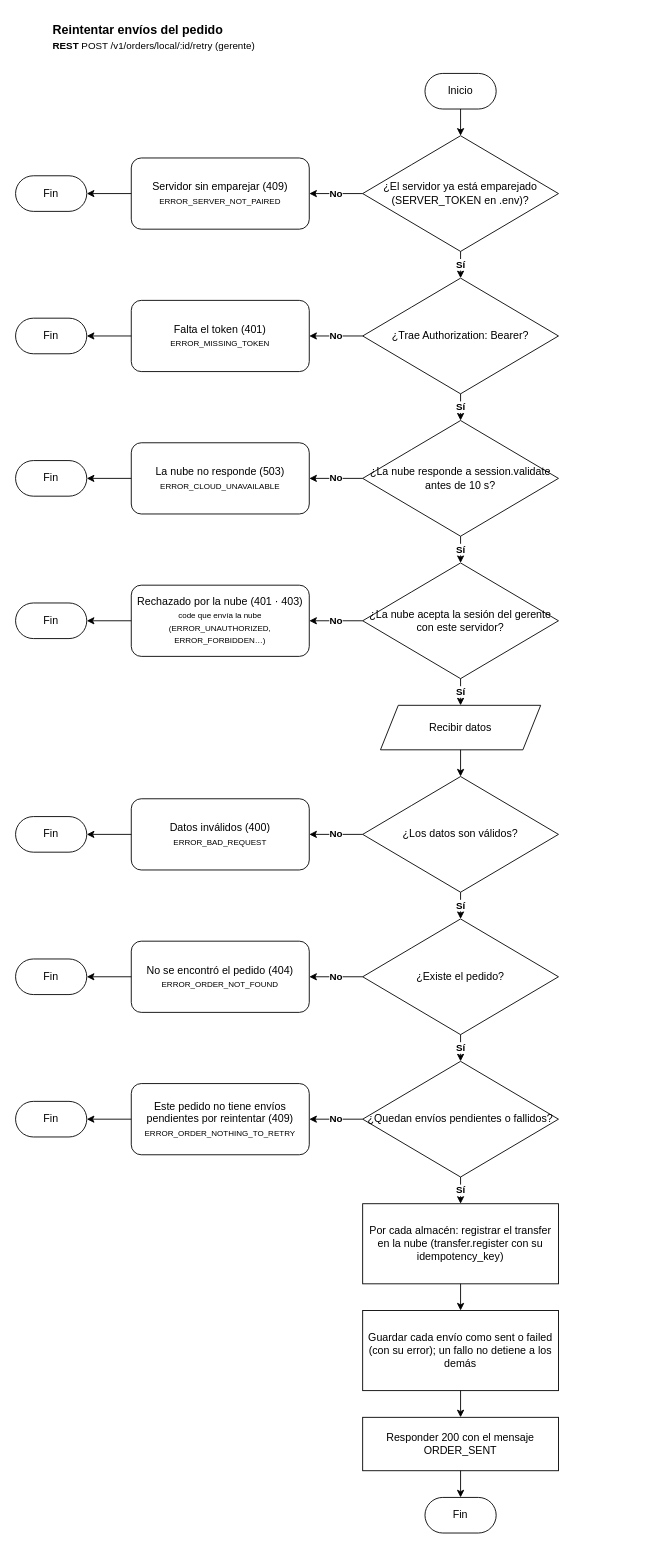
Andry510/miyabi-restaurant-server keeps this draw.io diagram as documents/diagrams/workflows/order/local/retry.drawio. Above is the earlier version. Source tidied: cells renumbered, new cells numbered last; positions are measured from the earlier drawing's top-left corner, leaving out a move shared by most shapes. Both pictures are drawn from the tidied source at 89%, with x=0, y=0 at pixel (15, 15).
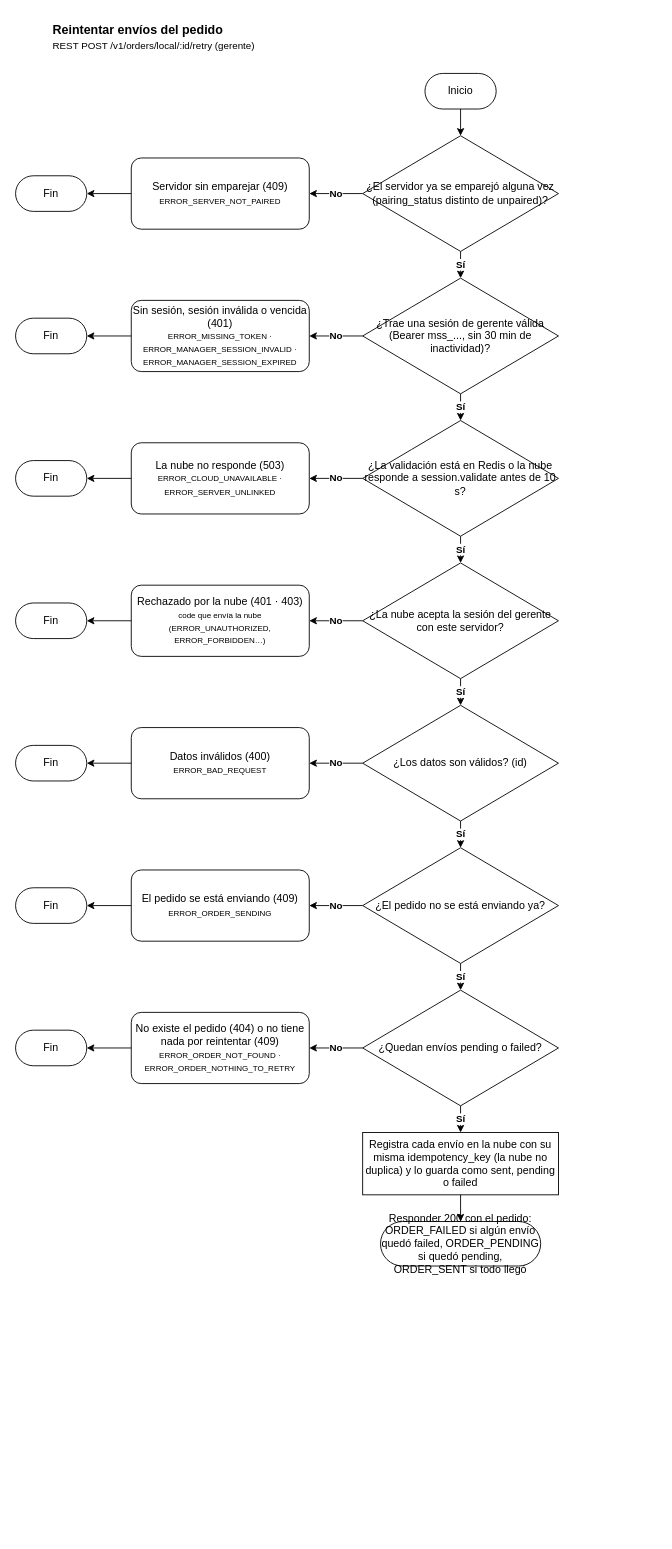
The same page after the edit.

The change refers to these unchanged cells:
```xml
<mxCell id="6" value="Servidor sin emparejar (409)&lt;br&gt;&lt;font style=&quot;font-size: 9px;&quot;&gt;ERROR_SERVER_NOT_PAIRED&lt;/font&gt;" style="rounded=1;whiteSpace=wrap;html=1;arcSize=14;" parent="1" vertex="1">
  <mxGeometry x="130" y="160" width="200" height="80" as="geometry" />
</mxCell>
<mxCell id="7" value="Fin" style="rounded=1;whiteSpace=wrap;html=1;arcSize=50;" parent="1" vertex="1">
  <mxGeometry y="180" width="80" height="40" as="geometry" />
</mxCell>
<mxCell id="13" value="Fin" style="rounded=1;whiteSpace=wrap;html=1;arcSize=50;" parent="1" vertex="1">
  <mxGeometry y="340" width="80" height="40" as="geometry" />
</mxCell>
<mxCell id="19" value="Fin" style="rounded=1;whiteSpace=wrap;html=1;arcSize=50;" parent="1" vertex="1">
  <mxGeometry y="500" width="80" height="40" as="geometry" />
</mxCell>
<mxCell id="24" value="Rechazado por la nube (401 · 403)&lt;br&gt;&lt;font style=&quot;font-size: 9px;&quot;&gt;code que envía la nube (ERROR_UNAUTHORIZED, ERROR_FORBIDDEN…)&lt;/font&gt;" style="rounded=1;whiteSpace=wrap;html=1;arcSize=14;" parent="1" vertex="1">
  <mxGeometry x="130" y="640" width="200" height="80" as="geometry" />
</mxCell>
<mxCell id="25" value="Fin" style="rounded=1;whiteSpace=wrap;html=1;arcSize=50;" parent="1" vertex="1">
  <mxGeometry y="660" width="80" height="40" as="geometry" />
</mxCell>
```

The edit, as a diff of the source:
```diff
@@
-    <mxCell id="2" value="Reintentar envíos del pedido&lt;br&gt;&lt;span style=&quot;font-size: 11px; font-weight: normal;&quot;&gt;&lt;b&gt;REST&lt;/b&gt; POST /v1/orders/local/:id/retry (gerente)&lt;/span&gt;" style="text;html=1;align=left;verticalAlign=middle;fontStyle=1;fontSize=14;" parent="1" vertex="1">
-      <mxGeometry x="40" width="640" height="48" as="geometry" />
+    <mxCell id="2" value="Reintentar envíos del pedido&lt;br&gt;&lt;span style=&quot;font-size: 11px; font-weight: normal;&quot;&gt;REST POST /v1/orders/local/:id/retry (gerente)&lt;/span&gt;" style="text;html=1;align=left;verticalAlign=middle;fontStyle=1;fontSize=14;" parent="1" vertex="1">
+      <mxGeometry x="40" width="680" height="48" as="geometry" />
     </mxCell>
@@
-    <mxCell id="4" value="¿El servidor ya está emparejado (SERVER_TOKEN en .env)?" style="rhombus;whiteSpace=wrap;html=1;rounded=1;arcSize=0;" parent="1" vertex="1">
+    <mxCell id="4" value="¿El servidor ya se emparejó alguna vez (pairing_status distinto de unpaired)?" style="rhombus;whiteSpace=wrap;html=1;rounded=1;arcSize=0;" parent="1" vertex="1">
       <mxGeometry x="390" y="135" width="220" height="130" as="geometry" />
     </mxCell>
@@
-    <mxCell id="9" style="edgeStyle=orthogonalEdgeStyle;rounded=0;html=1;fontStyle=1;" parent="1" edge="1" source="6" target="7">
+    <mxCell id="9" style="edgeStyle=orthogonalEdgeStyle;rounded=0;html=1;" parent="1" edge="1" source="6" target="7">
       <mxGeometry relative="1" as="geometry" />
     </mxCell>
-    <mxCell id="10" value="¿Trae Authorization: Bearer?" style="rhombus;whiteSpace=wrap;html=1;rounded=1;arcSize=0;" parent="1" vertex="1">
+    <mxCell id="10" value="¿Trae una sesión de gerente válida (Bearer mss_..., sin 30 min de inactividad)?" style="rhombus;whiteSpace=wrap;html=1;rounded=1;arcSize=0;" parent="1" vertex="1">
       <mxGeometry x="390" y="295" width="220" height="130" as="geometry" />
     </mxCell>
@@
-    <mxCell id="12" value="Falta el token (401)&lt;br&gt;&lt;font style=&quot;font-size: 9px;&quot;&gt;ERROR_MISSING_TOKEN&lt;/font&gt;" style="rounded=1;whiteSpace=wrap;html=1;arcSize=14;" parent="1" vertex="1">
+    <mxCell id="12" value="Sin sesión, sesión inválida o vencida (401)&lt;br&gt;&lt;font style=&quot;font-size: 9px;&quot;&gt;ERROR_MISSING_TOKEN · ERROR_MANAGER_SESSION_INVALID · ERROR_MANAGER_SESSION_EXPIRED&lt;/font&gt;" style="rounded=1;whiteSpace=wrap;html=1;arcSize=14;" parent="1" vertex="1">
       <mxGeometry x="130" y="320" width="200" height="80" as="geometry" />
     </mxCell>
@@
-    <mxCell id="15" style="edgeStyle=orthogonalEdgeStyle;rounded=0;html=1;fontStyle=1;" parent="1" edge="1" source="12" target="13">
+    <mxCell id="15" style="edgeStyle=orthogonalEdgeStyle;rounded=0;html=1;" parent="1" edge="1" source="12" target="13">
       <mxGeometry relative="1" as="geometry" />
     </mxCell>
-    <mxCell id="16" value="¿La nube responde a session.validate antes de 10 s?" style="rhombus;whiteSpace=wrap;html=1;rounded=1;arcSize=0;" parent="1" vertex="1">
+    <mxCell id="16" value="¿La validación está en Redis o la nube responde a session.validate antes de 10 s?" style="rhombus;whiteSpace=wrap;html=1;rounded=1;arcSize=0;" parent="1" vertex="1">
       <mxGeometry x="390" y="455" width="220" height="130" as="geometry" />
     </mxCell>
@@
-    <mxCell id="18" value="La nube no responde (503)&lt;br&gt;&lt;font style=&quot;font-size: 9px;&quot;&gt;ERROR_CLOUD_UNAVAILABLE&lt;/font&gt;" style="rounded=1;whiteSpace=wrap;html=1;arcSize=14;" parent="1" vertex="1">
+    <mxCell id="18" value="La nube no responde (503)&lt;br&gt;&lt;font style=&quot;font-size: 9px;&quot;&gt;ERROR_CLOUD_UNAVAILABLE · ERROR_SERVER_UNLINKED&lt;/font&gt;" style="rounded=1;whiteSpace=wrap;html=1;arcSize=14;" parent="1" vertex="1">
       <mxGeometry x="130" y="480" width="200" height="80" as="geometry" />
     </mxCell>
@@
-    <mxCell id="21" style="edgeStyle=orthogonalEdgeStyle;rounded=0;html=1;fontStyle=1;" parent="1" edge="1" source="18" target="19">
+    <mxCell id="21" style="edgeStyle=orthogonalEdgeStyle;rounded=0;html=1;" parent="1" edge="1" source="18" target="19">
       <mxGeometry relative="1" as="geometry" />
     </mxCell>
@@
-    <mxCell id="27" style="edgeStyle=orthogonalEdgeStyle;rounded=0;html=1;fontStyle=1;" parent="1" edge="1" source="24" target="25">
+    <mxCell id="27" style="edgeStyle=orthogonalEdgeStyle;rounded=0;html=1;" parent="1" edge="1" source="24" target="25">
       <mxGeometry relative="1" as="geometry" />
     </mxCell>
-    <mxCell id="28" value="Recibir datos" style="shape=parallelogram;perimeter=parallelogramPerimeter;whiteSpace=wrap;html=1;fixedSize=1;" parent="1" vertex="1">
-      <mxGeometry x="410" y="775" width="180" height="50" as="geometry" />
+    <mxCell id="28" value="¿Los datos son válidos? (id)" style="rhombus;whiteSpace=wrap;html=1;rounded=1;arcSize=0;" parent="1" vertex="1">
+      <mxGeometry x="390" y="775" width="220" height="130" as="geometry" />
     </mxCell>
@@
-    <mxCell id="30" value="¿Los datos son válidos?" style="rhombus;whiteSpace=wrap;html=1;rounded=1;arcSize=0;" parent="1" vertex="1">
-      <mxGeometry x="390" y="855" width="220" height="130" as="geometry" />
+    <mxCell id="30" value="Datos inválidos (400)&lt;br&gt;&lt;font style=&quot;font-size: 9px;&quot;&gt;ERROR_BAD_REQUEST&lt;/font&gt;" style="rounded=1;whiteSpace=wrap;html=1;arcSize=14;" parent="1" vertex="1">
+      <mxGeometry x="130" y="800" width="200" height="80" as="geometry" />
     </mxCell>
-    <mxCell id="31" style="edgeStyle=orthogonalEdgeStyle;rounded=0;html=1;fontStyle=1;" parent="1" edge="1" source="28" target="30">
-      <mxGeometry relative="1" as="geometry" />
+    <mxCell id="31" value="Fin" style="rounded=1;whiteSpace=wrap;html=1;arcSize=50;" parent="1" vertex="1">
+      <mxGeometry y="820" width="80" height="40" as="geometry" />
     </mxCell>
-    <mxCell id="32" value="Datos inválidos (400)&lt;br&gt;&lt;font style=&quot;font-size: 9px;&quot;&gt;ERROR_BAD_REQUEST&lt;/font&gt;" style="rounded=1;whiteSpace=wrap;html=1;arcSize=14;" parent="1" vertex="1">
-      <mxGeometry x="130" y="880" width="200" height="80" as="geometry" />
+    <mxCell id="32" value="No" style="edgeStyle=orthogonalEdgeStyle;rounded=0;html=1;fontStyle=1;exitX=0;exitY=0.5;entryX=1;entryY=0.5;" parent="1" edge="1" source="28" target="30">
+      <mxGeometry relative="1" as="geometry" />
     </mxCell>
-    <mxCell id="33" value="Fin" style="rounded=1;whiteSpace=wrap;html=1;arcSize=50;" parent="1" vertex="1">
-      <mxGeometry y="900" width="80" height="40" as="geometry" />
+    <mxCell id="33" style="edgeStyle=orthogonalEdgeStyle;rounded=0;html=1;" parent="1" edge="1" source="30" target="31">
+      <mxGeometry relative="1" as="geometry" />
     </mxCell>
-    <mxCell id="34" value="No" style="edgeStyle=orthogonalEdgeStyle;rounded=0;html=1;fontStyle=1;exitX=0;exitY=0.5;entryX=1;entryY=0.5;" parent="1" edge="1" source="30" target="32">
-      <mxGeometry relative="1" as="geometry" />
+    <mxCell id="34" value="¿El pedido no se está enviando ya?" style="rhombus;whiteSpace=wrap;html=1;rounded=1;arcSize=0;" parent="1" vertex="1">
+      <mxGeometry x="390" y="935" width="220" height="130" as="geometry" />
     </mxCell>
-    <mxCell id="35" style="edgeStyle=orthogonalEdgeStyle;rounded=0;html=1;fontStyle=1;" parent="1" edge="1" source="32" target="33">
+    <mxCell id="35" value="Sí" style="edgeStyle=orthogonalEdgeStyle;rounded=0;html=1;fontStyle=1;" parent="1" edge="1" source="28" target="34">
       <mxGeometry relative="1" as="geometry" />
     </mxCell>
-    <mxCell id="36" value="¿Existe el pedido?" style="rhombus;whiteSpace=wrap;html=1;rounded=1;arcSize=0;" parent="1" vertex="1">
-      <mxGeometry x="390" y="1015" width="220" height="130" as="geometry" />
+    <mxCell id="36" value="El pedido se está enviando (409)&lt;br&gt;&lt;font style=&quot;font-size: 9px;&quot;&gt;ERROR_ORDER_SENDING&lt;/font&gt;" style="rounded=1;whiteSpace=wrap;html=1;arcSize=14;" parent="1" vertex="1">
+      <mxGeometry x="130" y="960" width="200" height="80" as="geometry" />
     </mxCell>
-    <mxCell id="37" value="Sí" style="edgeStyle=orthogonalEdgeStyle;rounded=0;html=1;fontStyle=1;" parent="1" edge="1" source="30" target="36">
-      <mxGeometry relative="1" as="geometry" />
+    <mxCell id="37" value="Fin" style="rounded=1;whiteSpace=wrap;html=1;arcSize=50;" parent="1" vertex="1">
+      <mxGeometry y="980" width="80" height="40" as="geometry" />
     </mxCell>
-    <mxCell id="38" value="No se encontró el pedido (404)&lt;br&gt;&lt;font style=&quot;font-size: 9px;&quot;&gt;ERROR_ORDER_NOT_FOUND&lt;/font&gt;" style="rounded=1;whiteSpace=wrap;html=1;arcSize=14;" parent="1" vertex="1">
-      <mxGeometry x="130" y="1040" width="200" height="80" as="geometry" />
+    <mxCell id="38" value="No" style="edgeStyle=orthogonalEdgeStyle;rounded=0;html=1;fontStyle=1;exitX=0;exitY=0.5;entryX=1;entryY=0.5;" parent="1" edge="1" source="34" target="36">
+      <mxGeometry relative="1" as="geometry" />
     </mxCell>
-    <mxCell id="39" value="Fin" style="rounded=1;whiteSpace=wrap;html=1;arcSize=50;" parent="1" vertex="1">
-      <mxGeometry y="1060" width="80" height="40" as="geometry" />
+    <mxCell id="39" style="edgeStyle=orthogonalEdgeStyle;rounded=0;html=1;" parent="1" edge="1" source="36" target="37">
+      <mxGeometry relative="1" as="geometry" />
     </mxCell>
-    <mxCell id="40" value="No" style="edgeStyle=orthogonalEdgeStyle;rounded=0;html=1;fontStyle=1;exitX=0;exitY=0.5;entryX=1;entryY=0.5;" parent="1" edge="1" source="36" target="38">
-      <mxGeometry relative="1" as="geometry" />
+    <mxCell id="40" value="¿Quedan envíos pending o failed?" style="rhombus;whiteSpace=wrap;html=1;rounded=1;arcSize=0;" parent="1" vertex="1">
+      <mxGeometry x="390" y="1095" width="220" height="130" as="geometry" />
     </mxCell>
-    <mxCell id="41" style="edgeStyle=orthogonalEdgeStyle;rounded=0;html=1;fontStyle=1;" parent="1" edge="1" source="38" target="39">
+    <mxCell id="41" value="Sí" style="edgeStyle=orthogonalEdgeStyle;rounded=0;html=1;fontStyle=1;" parent="1" edge="1" source="34" target="40">
       <mxGeometry relative="1" as="geometry" />
     </mxCell>
-    <mxCell id="42" value="¿Quedan envíos pendientes o fallidos?" style="rhombus;whiteSpace=wrap;html=1;rounded=1;arcSize=0;" parent="1" vertex="1">
-      <mxGeometry x="390" y="1175" width="220" height="130" as="geometry" />
+    <mxCell id="42" value="No existe el pedido (404) o no tiene nada por reintentar (409)&lt;br&gt;&lt;font style=&quot;font-size: 9px;&quot;&gt;ERROR_ORDER_NOT_FOUND · ERROR_ORDER_NOTHING_TO_RETRY&lt;/font&gt;" style="rounded=1;whiteSpace=wrap;html=1;arcSize=14;" parent="1" vertex="1">
+      <mxGeometry x="130" y="1120" width="200" height="80" as="geometry" />
     </mxCell>
-    <mxCell id="43" value="Sí" style="edgeStyle=orthogonalEdgeStyle;rounded=0;html=1;fontStyle=1;" parent="1" edge="1" source="36" target="42">
-      <mxGeometry relative="1" as="geometry" />
+    <mxCell id="43" value="Fin" style="rounded=1;whiteSpace=wrap;html=1;arcSize=50;" parent="1" vertex="1">
+      <mxGeometry y="1140" width="80" height="40" as="geometry" />
     </mxCell>
-    <mxCell id="44" value="Este pedido no tiene envíos pendientes por reintentar (409)&lt;br&gt;&lt;font style=&quot;font-size: 9px;&quot;&gt;ERROR_ORDER_NOTHING_TO_RETRY&lt;/font&gt;" style="rounded=1;whiteSpace=wrap;html=1;arcSize=14;" parent="1" vertex="1">
-      <mxGeometry x="130" y="1200" width="200" height="80" as="geometry" />
+    <mxCell id="44" value="No" style="edgeStyle=orthogonalEdgeStyle;rounded=0;html=1;fontStyle=1;exitX=0;exitY=0.5;entryX=1;entryY=0.5;" parent="1" edge="1" source="40" target="42">
+      <mxGeometry relative="1" as="geometry" />
     </mxCell>
-    <mxCell id="45" value="Fin" style="rounded=1;whiteSpace=wrap;html=1;arcSize=50;" parent="1" vertex="1">
-      <mxGeometry y="1220" width="80" height="40" as="geometry" />
+    <mxCell id="45" style="edgeStyle=orthogonalEdgeStyle;rounded=0;html=1;" parent="1" edge="1" source="42" target="43">
+      <mxGeometry relative="1" as="geometry" />
     </mxCell>
-    <mxCell id="46" value="No" style="edgeStyle=orthogonalEdgeStyle;rounded=0;html=1;fontStyle=1;exitX=0;exitY=0.5;entryX=1;entryY=0.5;" parent="1" edge="1" source="42" target="44">
-      <mxGeometry relative="1" as="geometry" />
+    <mxCell id="46" value="Registra cada envío en la nube con su misma idempotency_key (la nube no duplica) y lo guarda como sent, pending o failed" style="rounded=0;whiteSpace=wrap;html=1;" parent="1" vertex="1">
+      <mxGeometry x="390" y="1255" width="220" height="70" as="geometry" />
     </mxCell>
-    <mxCell id="47" style="edgeStyle=orthogonalEdgeStyle;rounded=0;html=1;fontStyle=1;" parent="1" edge="1" source="44" target="45">
+    <mxCell id="47" value="Sí" style="edgeStyle=orthogonalEdgeStyle;rounded=0;html=1;fontStyle=1;" parent="1" edge="1" source="40" target="46">
       <mxGeometry relative="1" as="geometry" />
     </mxCell>
-    <mxCell id="48" value="Por cada almacén: registrar el transfer en la nube (transfer.register con su idempotency_key)" style="rounded=0;whiteSpace=wrap;html=1;" parent="1" vertex="1">
-      <mxGeometry x="390" y="1335" width="220" height="90" as="geometry" />
+    <mxCell id="48" value="Responder 200 con el pedido: ORDER_FAILED si algún envío quedó failed, ORDER_PENDING si quedó pending, ORDER_SENT si todo llegó" style="rounded=1;whiteSpace=wrap;html=1;arcSize=50;" parent="1" vertex="1">
+      <mxGeometry x="410" y="1355" width="180" height="50" as="geometry" />
     </mxCell>
-    <mxCell id="49" value="Sí" style="edgeStyle=orthogonalEdgeStyle;rounded=0;html=1;fontStyle=1;" parent="1" edge="1" source="42" target="48">
+    <mxCell id="49" style="edgeStyle=orthogonalEdgeStyle;rounded=0;html=1;fontStyle=1;" parent="1" edge="1" source="46" target="48">
       <mxGeometry relative="1" as="geometry" />
     </mxCell>
-    <mxCell id="50" value="Guardar cada envío como sent o failed (con su error); un fallo no detiene a los demás" style="rounded=0;whiteSpace=wrap;html=1;" parent="1" vertex="1">
-      <mxGeometry x="390" y="1455" width="220" height="90" as="geometry" />
-    </mxCell>
-    <mxCell id="51" style="edgeStyle=orthogonalEdgeStyle;rounded=0;html=1;fontStyle=1;" parent="1" edge="1" source="48" target="50">
-      <mxGeometry relative="1" as="geometry" />
-    </mxCell>
-    <mxCell id="52" value="Responder 200 con el mensaje ORDER_SENT" style="rounded=0;whiteSpace=wrap;html=1;" parent="1" vertex="1">
-      <mxGeometry x="390" y="1575" width="220" height="60" as="geometry" />
-    </mxCell>
-    <mxCell id="53" style="edgeStyle=orthogonalEdgeStyle;rounded=0;html=1;fontStyle=1;" parent="1" edge="1" source="50" target="52">
-      <mxGeometry relative="1" as="geometry" />
-    </mxCell>
-    <mxCell id="54" value="Fin" style="rounded=1;whiteSpace=wrap;html=1;arcSize=50;" parent="1" vertex="1">
-      <mxGeometry x="460" y="1665" width="80" height="40" as="geometry" />
-    </mxCell>
-    <mxCell id="55" style="edgeStyle=orthogonalEdgeStyle;rounded=0;html=1;fontStyle=1;" parent="1" edge="1" source="52" target="54">
-      <mxGeometry relative="1" as="geometry" />
-    </mxCell>
```
